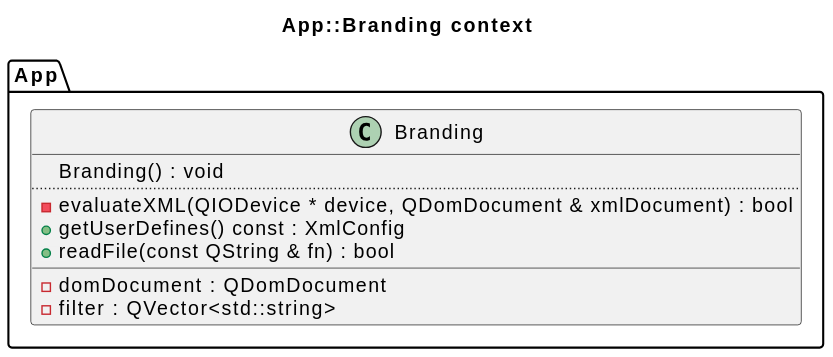
Above: freecad/diagrams/app_Branding.svg in bkryza/clang-uml-examples (PlantUML), before the change.
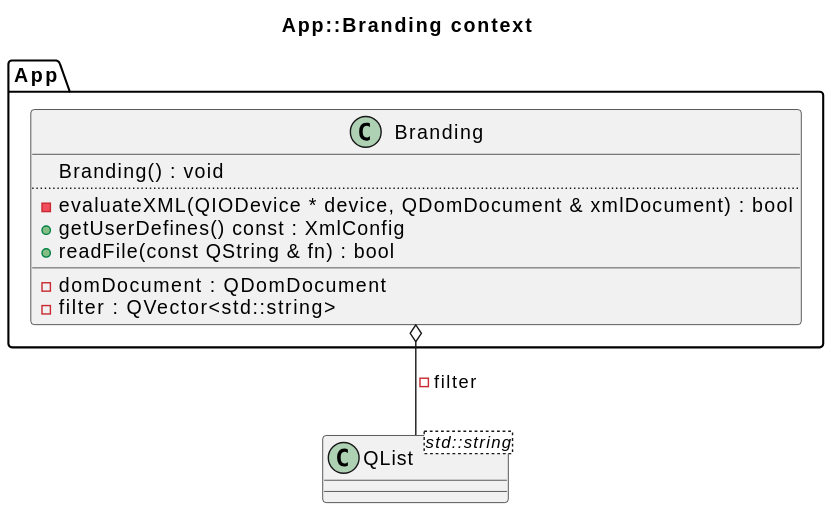
The same diagram one commit later.

Diff of the diagram source:
```diff
@@ -13,5 +13,10 @@
 -filter : QVector<std::string> [[[https://github.com/FreeCAD/FreeCAD/blob/2fcc5317fe3aee96ca73475986a577719fc78e20/src/App/Branding.h#L48{filter}]]]
 }
 }
+class "QList<std::string>" as C_0007236040574352529538
+class C_0007236040574352529538 [[https://github.com/FreeCAD/FreeCAD/blob/2fcc5317fe3aee96ca73475986a577719fc78e20/src/App/Branding.h#L48{QList}]] {
+__
+}
+C_0000801230206616357594 o-- C_0007236040574352529538 [[https://github.com/FreeCAD/FreeCAD/blob/2fcc5317fe3aee96ca73475986a577719fc78e20/src/App/Branding.h#L48{filter}]] : -filter
 
 @enduml
```
